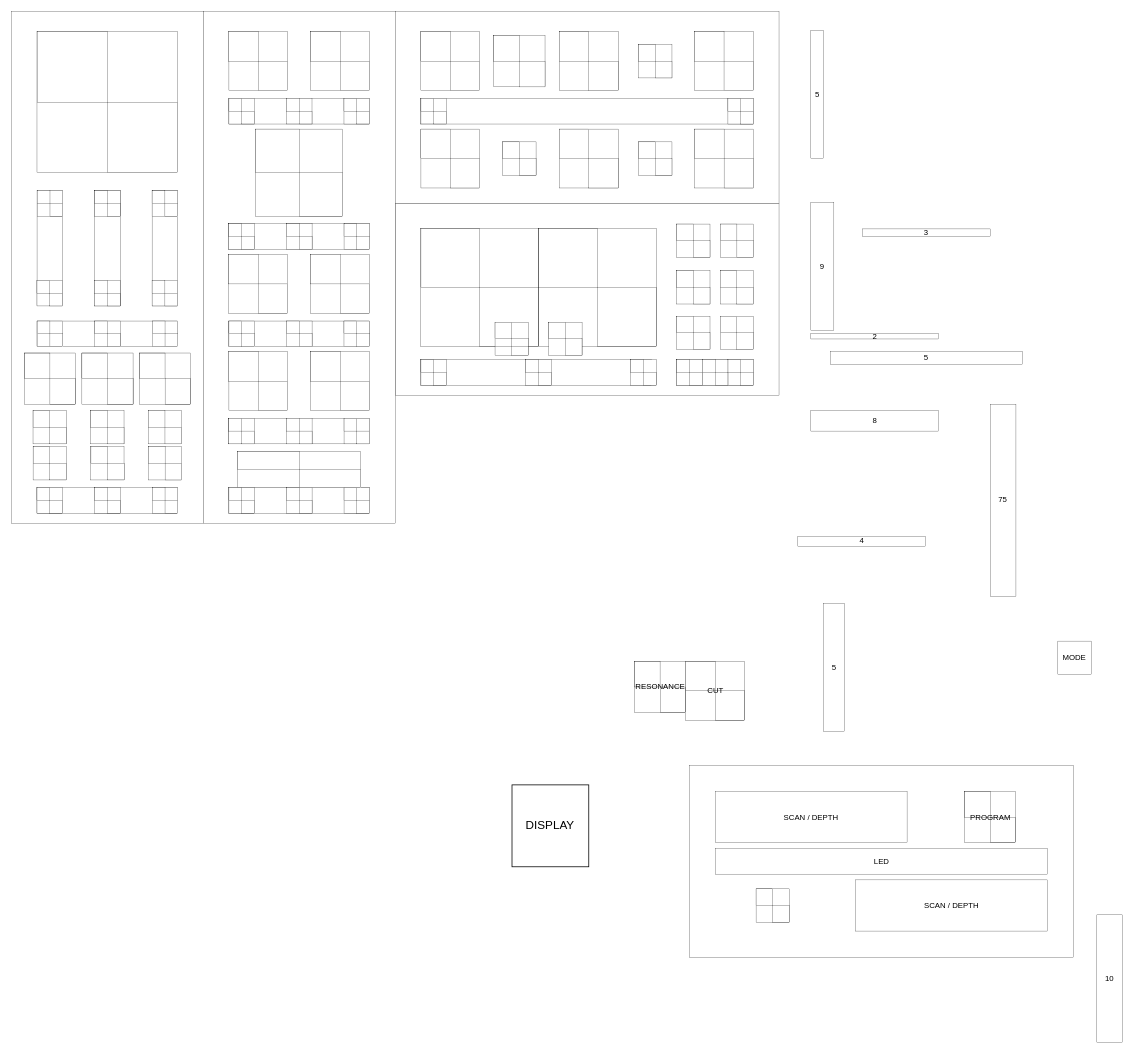
Earlier version of the draw.io diagram page "Page-3" (3 of 4) of Untitled Diagram.drawio (wtfedor/git_intro). Source tidied: cells renumbered, new cells numbered last; positions are measured from the earlier drawing's top-left corner, leaving out a move shared by most shapes. Both pictures are drawn from the tidied source at 65%, with x=0, y=0 at pixel (11, 11).
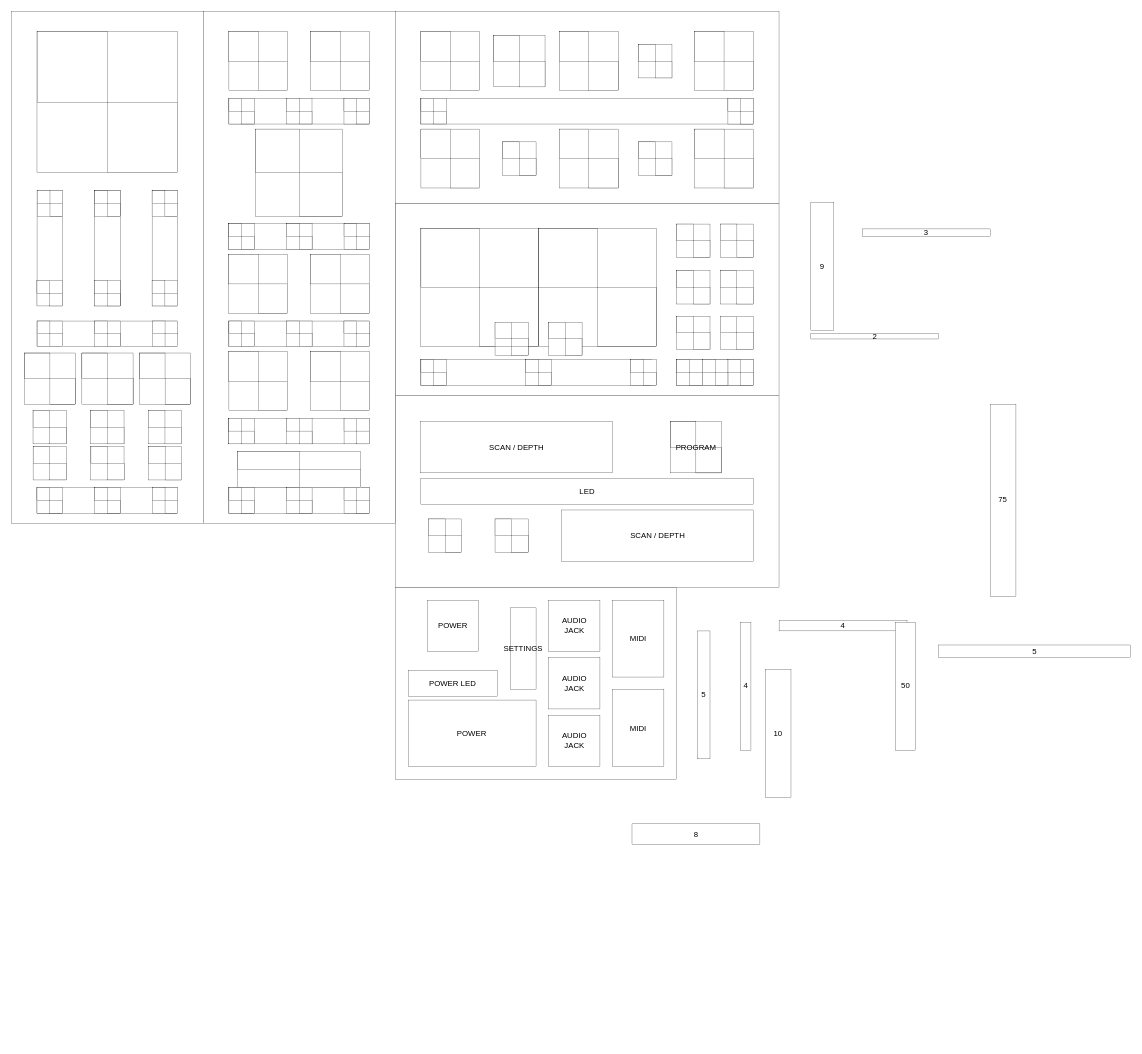
Above is the later version.

The edit, as a diff of the source:
```diff
@@
+    <mxCell id="266" style="rounded=0;whiteSpace=wrap;html=1;strokeWidth=0.3937;" parent="1" vertex="1">
+      <mxGeometry x="590.5" y="886.2" width="433.1" height="295.3" as="geometry" />
+    </mxCell>
     <mxCell id="2" style="rounded=0;whiteSpace=wrap;html=1;strokeWidth=0.3937;" parent="1" vertex="1">
-      <mxGeometry x="1043.3" y="1160" width="590.5" height="295.3" as="geometry" />
+      <mxGeometry x="590.5" y="590.9" width="590.5" height="295.3" as="geometry" />
     </mxCell>
@@
     <mxCell id="24" value="&lt;div&gt;4&lt;/div&gt;" style="rounded=0;whiteSpace=wrap;html=1;strokeWidth=0.3937;" parent="1" vertex="1">
-      <mxGeometry x="1210" y="807.5" width="196.8" height="15.7" as="geometry" />
+      <mxGeometry x="1181.1" y="937.4" width="196.8" height="15.7" as="geometry" />
     </mxCell>
@@
     <mxCell id="103" value="8" style="rounded=0;whiteSpace=wrap;html=1;strokeWidth=0.3937;" parent="1" vertex="1">
-      <mxGeometry x="1230" y="614.2" width="196.8" height="31.5" as="geometry" />
+      <mxGeometry x="954.8" y="1250" width="196.8" height="31.5" as="geometry" />
     </mxCell>
@@
     <mxCell id="118" value="5" style="rounded=0;whiteSpace=wrap;html=1;strokeWidth=0.3937;" parent="1" vertex="1">
-      <mxGeometry x="1260" y="523.6" width="295.3" height="19.7" as="geometry" />
+      <mxGeometry x="1426.8" y="974.8" width="295.3" height="19.7" as="geometry" />
     </mxCell>
-    <mxCell id="119" value="&lt;div&gt;10&lt;/div&gt;" style="rounded=0;whiteSpace=wrap;html=1;strokeWidth=0.3937;" parent="1" vertex="1">
-      <mxGeometry x="1670" y="1390" width="39.4" height="196.8" as="geometry" />
+    <mxCell id="119" value="POWER LED" style="rounded=0;whiteSpace=wrap;html=1;strokeWidth=0.3937;direction=south;" parent="1" vertex="1">
+      <mxGeometry x="610.4" y="1014.2" width="137.8" height="39.4" as="geometry" />
     </mxCell>
     <mxCell id="120" value="5" style="rounded=0;whiteSpace=wrap;html=1;strokeWidth=0.3937;" parent="1" vertex="1">
-      <mxGeometry x="1230" y="29.5" width="19.7" height="196.8" as="geometry" />
+      <mxGeometry x="1055.1" y="953.2" width="19.7" height="196.8" as="geometry" />
     </mxCell>
@@
-    <mxCell id="124" value="5" style="rounded=0;whiteSpace=wrap;html=1;strokeWidth=0.3937;" parent="1" vertex="1">
-      <mxGeometry x="1249.7" y="911.5" width="31.5" height="196.8" as="geometry" />
+    <mxCell id="124" value="&lt;div&gt;50&lt;/div&gt;" style="rounded=0;whiteSpace=wrap;html=1;strokeWidth=0.3937;" parent="1" vertex="1">
+      <mxGeometry x="1360" y="940" width="31.5" height="196.8" as="geometry" />
     </mxCell>
@@
     <mxCell id="134" value="SCAN / DEPTH" style="rounded=0;whiteSpace=wrap;html=1;strokeWidth=0.3937;" parent="1" vertex="1">
-      <mxGeometry x="1082.7" y="1200.4" width="295.3" height="78.7" as="geometry" />
+      <mxGeometry x="629.9" y="631.3" width="295.3" height="78.7" as="geometry" />
     </mxCell>
-    <mxCell id="135" value="CUT" style="rounded=0;whiteSpace=wrap;html=1;strokeWidth=0.3937;" parent="1" vertex="1">
-      <mxGeometry x="1037.5" y="1000" width="90.6" height="90.6" as="geometry" />
-    </mxCell>
-    <mxCell id="136" style="rounded=0;whiteSpace=wrap;html=1;strokeWidth=0.3937;fillColor=none;" parent="1" vertex="1">
-      <mxGeometry x="1037.4" y="1000" width="45.3" height="45.3" as="geometry" />
-    </mxCell>
-    <mxCell id="137" style="rounded=0;whiteSpace=wrap;html=1;strokeWidth=0.3937;fillColor=none;" parent="1" vertex="1">
-      <mxGeometry x="1082.8" y="1045.3" width="45.3" height="45.3" as="geometry" />
-    </mxCell>
-    <mxCell id="138" value="RESONANCE" style="rounded=0;whiteSpace=wrap;html=1;strokeWidth=0.3937;direction=south;" parent="1" vertex="1">
-      <mxGeometry x="958.6" y="1000" width="78.7" height="78.7" as="geometry" />
-    </mxCell>
-    <mxCell id="139" value="DISPLAY" style="rounded=0;whiteSpace=wrap;html=1;strokeWidth=1.1810999999999998;fontSize=18;" parent="1" vertex="1">
-      <mxGeometry x="770.2" y="1190" width="118.1" height="126" as="geometry" />
-    </mxCell>
-    <mxCell id="140" value="MODE" style="rounded=0;whiteSpace=wrap;html=1;strokeWidth=0.3937;" parent="1" vertex="1">
-      <mxGeometry x="1610" y="968.8" width="51.2" height="51.2" as="geometry" />
-    </mxCell>
-    <mxCell id="141" style="rounded=0;whiteSpace=wrap;html=1;strokeWidth=0.3937;fillColor=none;" parent="1" vertex="1">
-      <mxGeometry x="958.6" y="1000" width="39.4" height="39.4" as="geometry" />
-    </mxCell>
-    <mxCell id="142" style="rounded=0;whiteSpace=wrap;html=1;strokeWidth=0.3937;fillColor=none;" parent="1" vertex="1">
-      <mxGeometry x="998.1" y="1039.4" width="39.4" height="39.4" as="geometry" />
-    </mxCell>
     <mxCell id="143" value="PROGRAM" style="rounded=0;whiteSpace=wrap;html=1;strokeWidth=0.3937;direction=south;" parent="1" vertex="1">
-      <mxGeometry x="1466.5" y="1200.4" width="78.7" height="78.7" as="geometry" />
+      <mxGeometry x="1013.8" y="631.3" width="78.7" height="78.7" as="geometry" />
     </mxCell>
     <mxCell id="144" style="rounded=0;whiteSpace=wrap;html=1;strokeWidth=0.3937;fillColor=none;" parent="1" vertex="1">
-      <mxGeometry x="1466.5" y="1200.4" width="39.4" height="39.4" as="geometry" />
+      <mxGeometry x="1013.7" y="631.3" width="39.4" height="39.4" as="geometry" />
     </mxCell>
     <mxCell id="145" style="rounded=0;whiteSpace=wrap;html=1;strokeWidth=0.3937;fillColor=none;" parent="1" vertex="1">
-      <mxGeometry x="1505.9" y="1239.7" width="39.4" height="39.4" as="geometry" />
+      <mxGeometry x="1053.1" y="670.7" width="39.4" height="39.4" as="geometry" />
     </mxCell>
@@
     <mxCell id="221" value="LED" style="rounded=0;whiteSpace=wrap;html=1;strokeWidth=0.3937;" parent="1" vertex="1">
-      <mxGeometry x="1082.8" y="1287.9" width="511.8" height="39.4" as="geometry" />
+      <mxGeometry x="630" y="718.9" width="511.8" height="39.4" as="geometry" />
     </mxCell>
@@
     <mxCell id="262" value="SCAN / DEPTH" style="rounded=0;whiteSpace=wrap;html=1;strokeWidth=0.3937;" parent="1" vertex="1">
-      <mxGeometry x="1299.2" y="1336.2" width="295.3" height="78.7" as="geometry" />
+      <mxGeometry x="846.5" y="767.1" width="295.3" height="78.7" as="geometry" />
     </mxCell>
-    <mxCell id="263" style="rounded=0;whiteSpace=wrap;html=1;strokeWidth=0.3937;" parent="1" vertex="1">
-      <mxGeometry x="1145.7" y="1350" width="51.2" height="51.2" as="geometry" />
-    </mxCell>
-    <mxCell id="264" style="rounded=0;whiteSpace=wrap;html=1;strokeWidth=0.3937;" parent="1" vertex="1">
-      <mxGeometry x="1145.7" y="1350" width="25.6" height="25.6" as="geometry" />
-    </mxCell>
-    <mxCell id="265" style="rounded=0;whiteSpace=wrap;html=1;strokeWidth=0.3937;" parent="1" vertex="1">
-      <mxGeometry x="1171.3" y="1375.6" width="25.6" height="25.6" as="geometry" />
-    </mxCell>
+    <mxCell id="267" style="rounded=0;whiteSpace=wrap;html=1;strokeWidth=0.3937;" parent="1" vertex="1">
+      <mxGeometry x="641.7" y="780.9" width="51.2" height="51.2" as="geometry" />
+    </mxCell>
+    <mxCell id="268" style="rounded=0;whiteSpace=wrap;html=1;strokeWidth=0.3937;" parent="1" vertex="1">
+      <mxGeometry x="744.1" y="780.9" width="51.2" height="51.2" as="geometry" />
+    </mxCell>
+    <mxCell id="269" style="rounded=0;whiteSpace=wrap;html=1;strokeWidth=0.3937;" parent="1" vertex="1">
+      <mxGeometry x="641.7" y="780.9" width="25.6" height="25.6" as="geometry" />
+    </mxCell>
+    <mxCell id="270" style="rounded=0;whiteSpace=wrap;html=1;strokeWidth=0.3937;" parent="1" vertex="1">
+      <mxGeometry x="667.3" y="806.5" width="25.6" height="25.6" as="geometry" />
+    </mxCell>
+    <mxCell id="271" style="rounded=0;whiteSpace=wrap;html=1;strokeWidth=0.3937;" parent="1" vertex="1">
+      <mxGeometry x="744.1" y="780.9" width="25.6" height="25.6" as="geometry" />
+    </mxCell>
+    <mxCell id="272" style="rounded=0;whiteSpace=wrap;html=1;strokeWidth=0.3937;" parent="1" vertex="1">
+      <mxGeometry x="769.7" y="806.5" width="25.6" height="25.6" as="geometry" />
+    </mxCell>
+    <mxCell id="273" value="POWER" style="rounded=0;whiteSpace=wrap;html=1;strokeWidth=0.3937;" parent="1" vertex="1">
+      <mxGeometry x="610.4" y="1059.5" width="196.8" height="102.4" as="geometry" />
+    </mxCell>
+    <mxCell id="274" value="&lt;div&gt;MIDI&lt;/div&gt;" style="rounded=0;whiteSpace=wrap;html=1;strokeWidth=0.3937;" parent="1" vertex="1">
+      <mxGeometry x="925.2" y="906" width="78.7" height="118.1" as="geometry" />
+    </mxCell>
+    <mxCell id="275" value="AUDIO&lt;br&gt;JACK" style="rounded=0;whiteSpace=wrap;html=1;strokeWidth=0.3937;" parent="1" vertex="1">
+      <mxGeometry x="826.8" y="994.5" width="78.7" height="78.7" as="geometry" />
+    </mxCell>
+    <mxCell id="276" value="AUDIO&lt;br&gt;JACK" style="rounded=0;whiteSpace=wrap;html=1;strokeWidth=0.3937;" parent="1" vertex="1">
+      <mxGeometry x="826.8" y="1083.1" width="78.7" height="78.7" as="geometry" />
+    </mxCell>
+    <mxCell id="277" value="4" style="rounded=0;whiteSpace=wrap;html=1;strokeWidth=0.3937;" parent="1" vertex="1">
+      <mxGeometry x="1122.1" y="940" width="15.7" height="196.8" as="geometry" />
+    </mxCell>
+    <mxCell id="278" value="&lt;div&gt;MIDI&lt;/div&gt;" style="rounded=0;whiteSpace=wrap;html=1;strokeWidth=0.3937;" parent="1" vertex="1">
+      <mxGeometry x="925.2" y="1043.7" width="78.7" height="118.1" as="geometry" />
+    </mxCell>
+    <mxCell id="279" value="AUDIO&lt;br&gt;JACK" style="rounded=0;whiteSpace=wrap;html=1;strokeWidth=0.3937;" parent="1" vertex="1">
+      <mxGeometry x="826.8" y="905.9" width="78.7" height="78.7" as="geometry" />
+    </mxCell>
+    <mxCell id="280" value="POWER" style="rounded=0;whiteSpace=wrap;html=1;strokeWidth=0.3937;" parent="1" vertex="1">
+      <mxGeometry x="639.9" y="906" width="78.7" height="78.7" as="geometry" />
+    </mxCell>
+    <mxCell id="281" value="&lt;div&gt;10&lt;/div&gt;" style="rounded=0;whiteSpace=wrap;html=1;strokeWidth=0.3937;" parent="1" vertex="1">
+      <mxGeometry x="1160" y="1012.2" width="39.4" height="196.8" as="geometry" />
+    </mxCell>
+    <mxCell id="282" value="SETTINGS" style="rounded=0;whiteSpace=wrap;html=1;strokeWidth=0.3937;direction=south;" parent="1" vertex="1">
+      <mxGeometry x="767.8" y="917.7" width="39.4" height="126" as="geometry" />
+    </mxCell>
```
